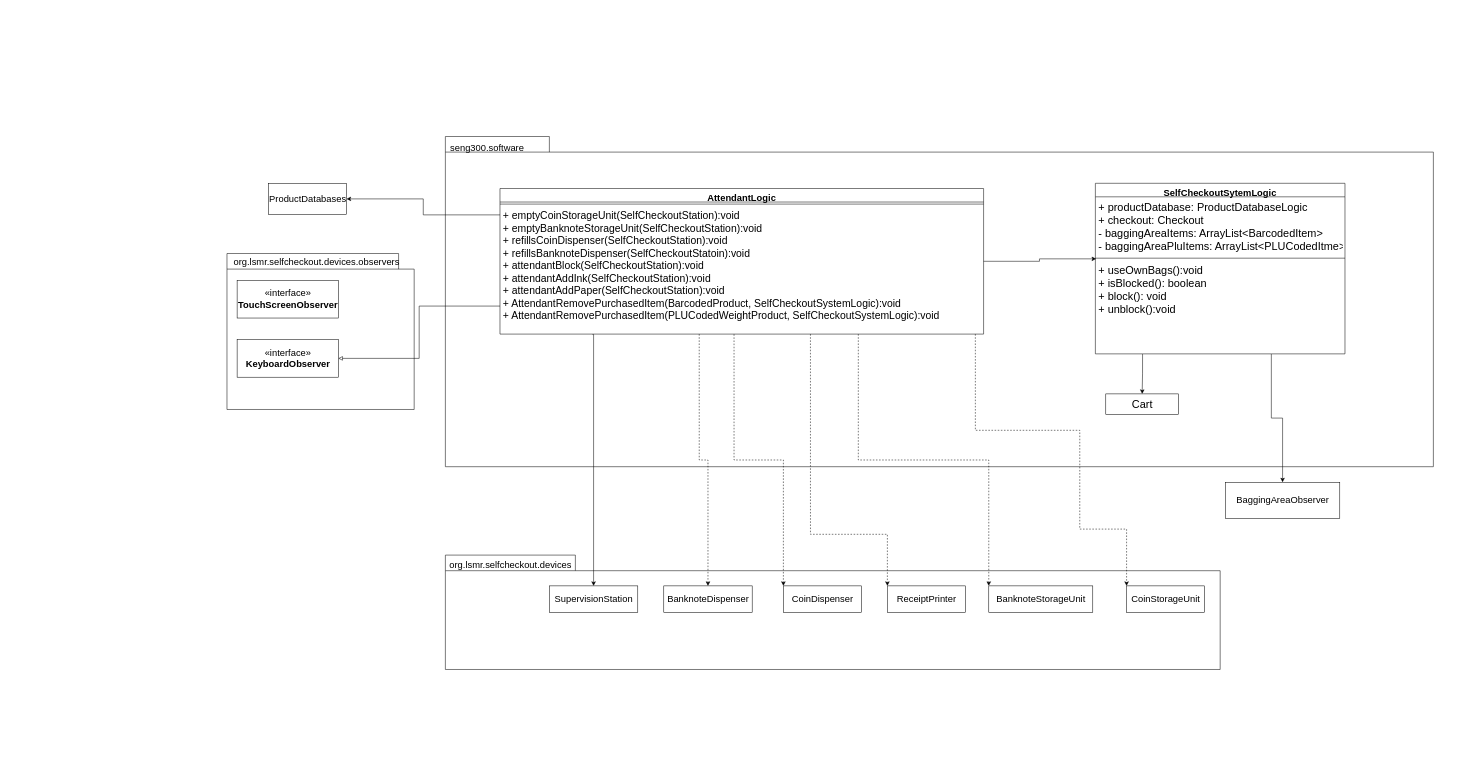
Earlier version of the draw.io diagram Diagrams/ClassDiagrams/Attendant.drawio (adam-25/Self-Checkout-System). Source tidied: cells renumbered, new cells numbered last; positions are measured from the earlier drawing's top-left corner, leaving out a move shared by most shapes. Both pictures are drawn from the tidied source at 52%, with x=0, y=0 at pixel (227, 136).
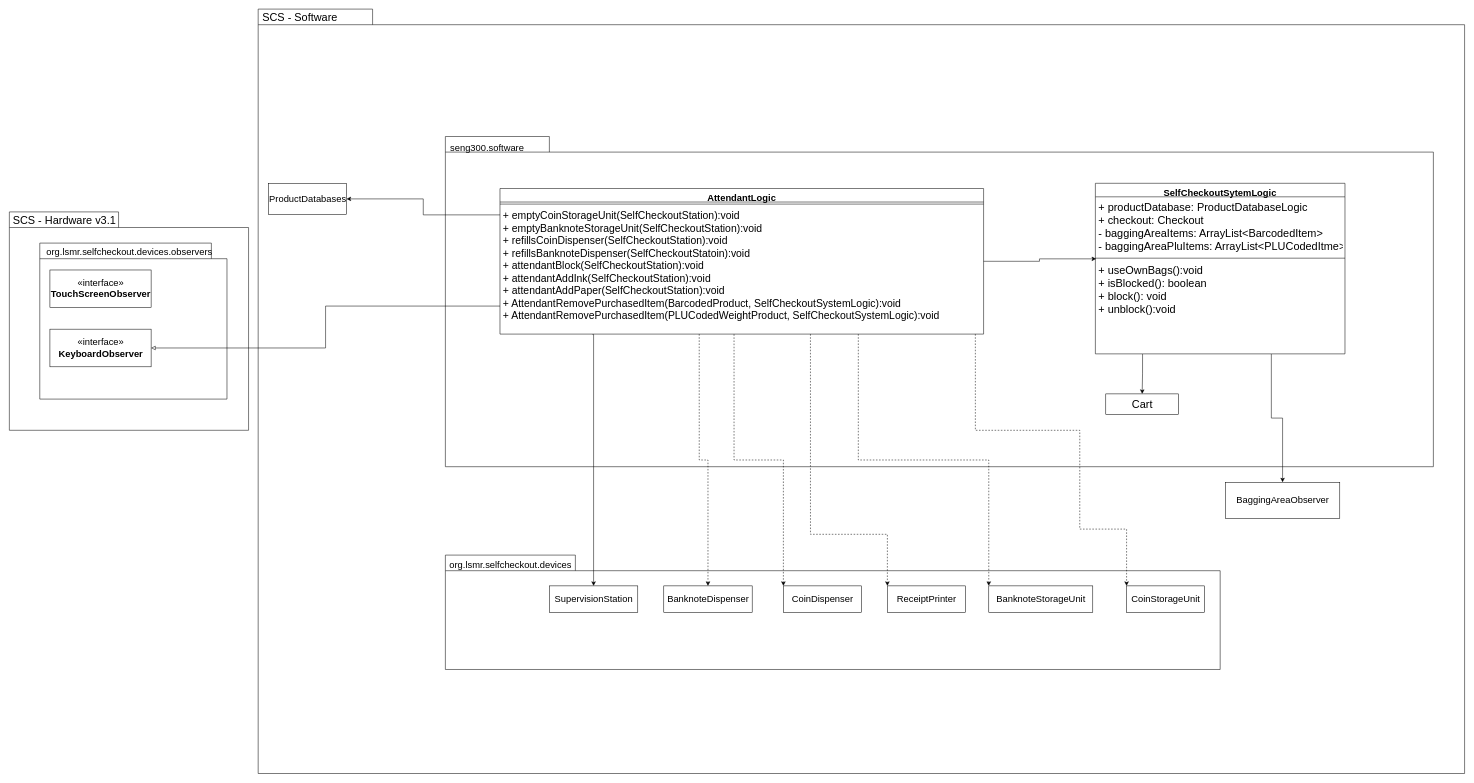
Above is the later version.

Commit message:
Added Software and Hardware Folders

Diff of the diagram source:
```diff
@@
+    <mxCell id="40" style="group;" parent="1" vertex="1">
+      <mxGeometry x="60" y="-245" width="2320" height="1470" as="geometry" />
+    </mxCell>
+    <mxCell id="41" style="shape=folder;fontStyle=1;spacingTop=10;tabWidth=220;tabHeight=30;tabPosition=left;html=1;fontSize=21;" parent="40" vertex="1">
+      <mxGeometry width="2320" height="1470" as="geometry" />
+    </mxCell>
+    <mxCell id="42" value="SCS - Software" style="text;html=1;align=center;verticalAlign=middle;strokeColor=none;fillColor=none;fontSize=21;" parent="40" vertex="1">
+      <mxGeometry width="160" height="30" as="geometry" />
+    </mxCell>
     <mxCell id="2" style="group;" parent="1" vertex="1">
-      <mxGeometry y="225" width="360" height="300" as="geometry" />
+      <mxGeometry x="-360" y="205" width="401.5" height="360" as="geometry" />
     </mxCell>
     <mxCell id="3" style="group;" parent="2" vertex="1">
-      <mxGeometry width="360" height="300" as="geometry" />
+      <mxGeometry width="401.5" height="360" as="geometry" />
     </mxCell>
+    <mxCell id="43" style="group;" parent="3" vertex="1">
+      <mxGeometry x="-58.5" y="-60" width="460" height="420" as="geometry" />
+    </mxCell>
+    <mxCell id="44" style="shape=folder;fontStyle=1;spacingTop=10;tabWidth=210;tabHeight=30;tabPosition=left;html=1;fontSize=21;" parent="43" vertex="1">
+      <mxGeometry width="460" height="420" as="geometry" />
+    </mxCell>
+    <mxCell id="45" value="SCS - Hardware v3.1" style="text;html=1;align=center;verticalAlign=middle;strokeColor=none;fillColor=none;fontSize=21;" parent="43" vertex="1">
+      <mxGeometry width="210" height="30" as="geometry" />
+    </mxCell>
```
